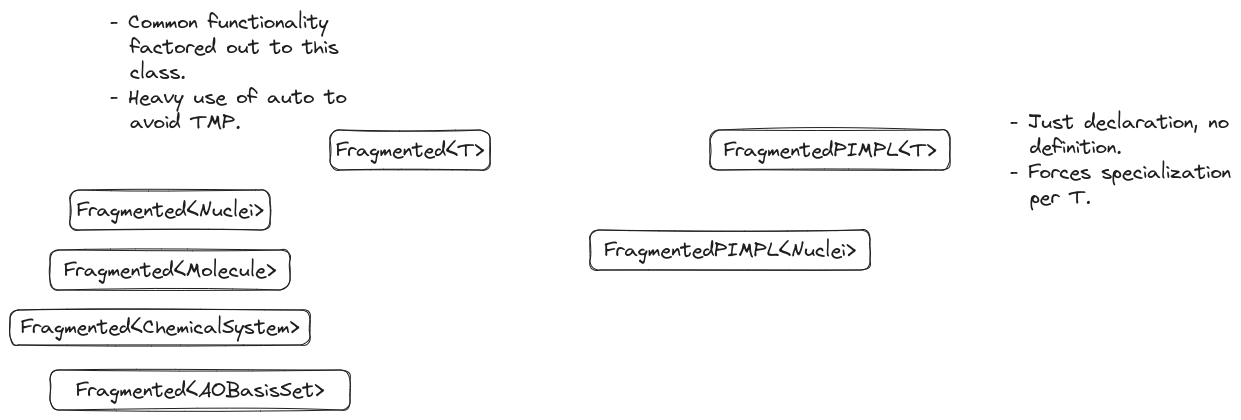
Before: docs/source/developer/design/chemistry/assets/fragmented.png, a diagram exported from Excalidraw (NWChemEx/Chemist). Source tidied: one line per element, renumbered; positions are measured from the earlier drawing's top-left corner, leaving out a move shared by most shapes. The source it was exported from:
```json
{"id": 0, "type": "rectangle", "strokeColor": "#1e1e1e", "strokeWidth": 1, "roughness": 1, "round": true, "x": 320, "y": 120, "width": 160, "height": 40}
{"id": 1, "type": "text", "text": "Fragmented<T>", "strokeColor": "#1e1e1e", "strokeWidth": 1, "roughness": 1, "fontSize": 20, "fontFamily": 1, "textAlign": "center", "verticalAlign": "middle", "inside": 0, "x": 326, "y": 128, "width": 148, "height": 25}
{"id": 2, "type": "rectangle", "strokeColor": "#1e1e1e", "strokeWidth": 1, "roughness": 1, "round": true, "x": 60, "y": 180, "width": 200, "height": 40}
{"id": 3, "type": "text", "text": "Fragmented<Nuclei>", "strokeColor": "#1e1e1e", "strokeWidth": 1, "roughness": 1, "fontSize": 20, "fontFamily": 1, "textAlign": "center", "verticalAlign": "middle", "inside": 2, "x": 67, "y": 188, "width": 187, "height": 25}
{"id": 4, "type": "rectangle", "strokeColor": "#1e1e1e", "strokeWidth": 1, "roughness": 1, "round": true, "x": 580, "y": 220, "width": 280, "height": 40}
{"id": 5, "type": "text", "text": "FragmentedPIMPL<Nuclei>", "strokeColor": "#1e1e1e", "strokeWidth": 1, "roughness": 1, "fontSize": 20, "fontFamily": 1, "textAlign": "center", "verticalAlign": "middle", "inside": 4, "x": 594, "y": 228, "width": 251, "height": 25}
{"id": 6, "type": "text", "text": "- Common functionality\n  factored out to this\n  class.\n- Heavy use of auto to\n  avoid TMP.", "strokeColor": "#1e1e1e", "strokeWidth": 1, "roughness": 1, "fontSize": 20, "fontFamily": 1, "x": 100, "y": 0, "width": 237, "height": 125}
{"id": 7, "type": "rectangle", "strokeColor": "#1e1e1e", "strokeWidth": 1, "roughness": 1, "round": true, "x": 700, "y": 120, "width": 240, "height": 40}
{"id": 8, "type": "text", "text": "FragmentedPIMPL<T>", "strokeColor": "#1e1e1e", "strokeWidth": 1, "roughness": 1, "fontSize": 20, "fontFamily": 1, "textAlign": "center", "verticalAlign": "middle", "inside": 7, "x": 714, "y": 128, "width": 213, "height": 25}
{"id": 9, "type": "text", "text": "- Just declaration, no\n  definition.\n- Forces specialization\n  per T.", "strokeColor": "#1e1e1e", "strokeWidth": 1, "roughness": 1, "fontSize": 20, "fontFamily": 1, "x": 1000, "y": 100, "width": 221, "height": 100}
{"id": 10, "type": "rectangle", "strokeColor": "#1e1e1e", "strokeWidth": 1, "roughness": 1, "round": true, "x": 40, "y": 240, "width": 240, "height": 40}
{"id": 11, "type": "text", "text": "Fragmented<Molecule>", "strokeColor": "#1e1e1e", "strokeWidth": 1, "roughness": 1, "fontSize": 20, "fontFamily": 1, "textAlign": "center", "verticalAlign": "middle", "inside": 10, "x": 54, "y": 248, "width": 212, "height": 25}
{"id": 12, "type": "rectangle", "strokeColor": "#1e1e1e", "strokeWidth": 1, "roughness": 1, "round": true, "x": 0, "y": 300, "width": 300, "height": 35}
{"id": 13, "type": "text", "text": "Fragmented<ChemicalSystem>", "strokeColor": "#1e1e1e", "strokeWidth": 1, "roughness": 1, "fontSize": 20, "fontFamily": 1, "textAlign": "center", "verticalAlign": "middle", "inside": 12, "x": 11, "y": 305, "width": 278, "height": 25}
{"id": 14, "type": "rectangle", "strokeColor": "#1e1e1e", "strokeWidth": 1, "roughness": 1, "round": true, "x": 40, "y": 360, "width": 300, "height": 40}
{"id": 15, "type": "text", "text": "Fragmented<AOBasisSet>", "strokeColor": "#1e1e1e", "strokeWidth": 1, "roughness": 1, "fontSize": 20, "fontFamily": 1, "textAlign": "center", "verticalAlign": "middle", "inside": 14, "x": 66, "y": 368, "width": 248, "height": 25}
```
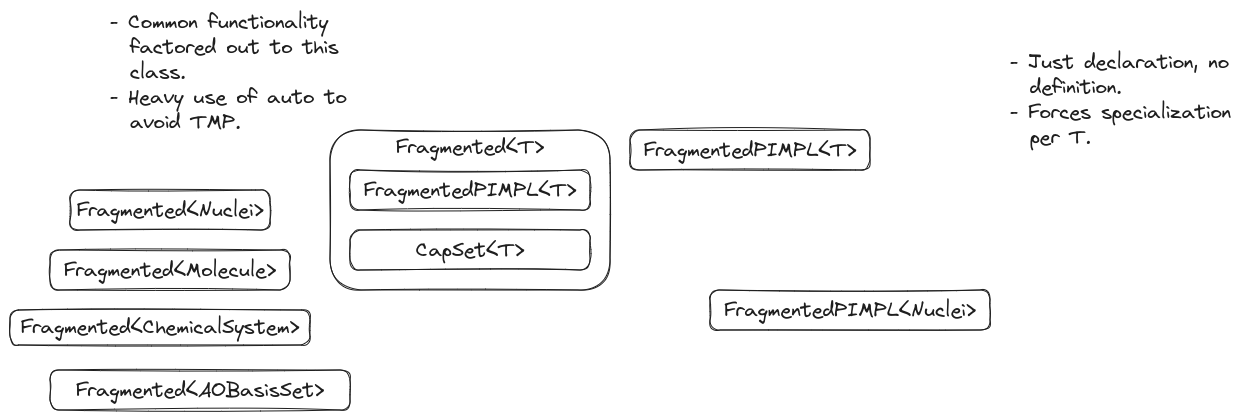
The same diagram one commit later.

The edit, as a diff of the source:
```diff
@@ -1,16 +1,20 @@
-{"id": 0, "type": "rectangle", "strokeColor": "#1e1e1e", "strokeWidth": 1, "roughness": 1, "round": true, "x": 320, "y": 120, "width": 160, "height": 40}
+{"id": 0, "type": "rectangle", "strokeColor": "#1e1e1e", "strokeWidth": 1, "roughness": 1, "round": true, "x": 320, "y": 120, "width": 280, "height": 160}
-{"id": 1, "type": "text", "text": "Fragmented<T>", "strokeColor": "#1e1e1e", "strokeWidth": 1, "roughness": 1, "fontSize": 20, "fontFamily": 1, "textAlign": "center", "verticalAlign": "middle", "inside": 0, "x": 326, "y": 128, "width": 148, "height": 25}
+{"id": 1, "type": "text", "text": "Fragmented<T>", "strokeColor": "#1e1e1e", "strokeWidth": 1, "roughness": 1, "fontSize": 20, "fontFamily": 1, "textAlign": "center", "inside": 0, "x": 386, "y": 125, "width": 148, "height": 25}
 {"id": 2, "type": "rectangle", "strokeColor": "#1e1e1e", "strokeWidth": 1, "roughness": 1, "round": true, "x": 60, "y": 180, "width": 200, "height": 40}
 {"id": 3, "type": "text", "text": "Fragmented<Nuclei>", "strokeColor": "#1e1e1e", "strokeWidth": 1, "roughness": 1, "fontSize": 20, "fontFamily": 1, "textAlign": "center", "verticalAlign": "middle", "inside": 2, "x": 67, "y": 188, "width": 187, "height": 25}
-{"id": 4, "type": "rectangle", "strokeColor": "#1e1e1e", "strokeWidth": 1, "roughness": 1, "round": true, "x": 580, "y": 220, "width": 280, "height": 40}
+{"id": 4, "type": "rectangle", "strokeColor": "#1e1e1e", "strokeWidth": 1, "roughness": 1, "round": true, "x": 700, "y": 280, "width": 280, "height": 40}
-{"id": 5, "type": "text", "text": "FragmentedPIMPL<Nuclei>", "strokeColor": "#1e1e1e", "strokeWidth": 1, "roughness": 1, "fontSize": 20, "fontFamily": 1, "textAlign": "center", "verticalAlign": "middle", "inside": 4, "x": 594, "y": 228, "width": 251, "height": 25}
+{"id": 5, "type": "text", "text": "FragmentedPIMPL<Nuclei>", "strokeColor": "#1e1e1e", "strokeWidth": 1, "roughness": 1, "fontSize": 20, "fontFamily": 1, "textAlign": "center", "verticalAlign": "middle", "inside": 4, "x": 714, "y": 288, "width": 251, "height": 25}
 {"id": 6, "type": "text", "text": "- Common functionality\n  factored out to this\n  class.\n- Heavy use of auto to\n  avoid TMP.", "strokeColor": "#1e1e1e", "strokeWidth": 1, "roughness": 1, "fontSize": 20, "fontFamily": 1, "x": 100, "y": 0, "width": 237, "height": 125}
-{"id": 7, "type": "rectangle", "strokeColor": "#1e1e1e", "strokeWidth": 1, "roughness": 1, "round": true, "x": 700, "y": 120, "width": 240, "height": 40}
+{"id": 7, "type": "rectangle", "strokeColor": "#1e1e1e", "strokeWidth": 1, "roughness": 1, "round": true, "x": 620, "y": 120, "width": 240, "height": 40}
-{"id": 8, "type": "text", "text": "FragmentedPIMPL<T>", "strokeColor": "#1e1e1e", "strokeWidth": 1, "roughness": 1, "fontSize": 20, "fontFamily": 1, "textAlign": "center", "verticalAlign": "middle", "inside": 7, "x": 714, "y": 128, "width": 213, "height": 25}
+{"id": 8, "type": "text", "text": "FragmentedPIMPL<T>", "strokeColor": "#1e1e1e", "strokeWidth": 1, "roughness": 1, "fontSize": 20, "fontFamily": 1, "textAlign": "center", "verticalAlign": "middle", "inside": 7, "x": 634, "y": 128, "width": 213, "height": 25}
-{"id": 9, "type": "text", "text": "- Just declaration, no\n  definition.\n- Forces specialization\n  per T.", "strokeColor": "#1e1e1e", "strokeWidth": 1, "roughness": 1, "fontSize": 20, "fontFamily": 1, "x": 1000, "y": 100, "width": 221, "height": 100}
+{"id": 9, "type": "text", "text": "- Just declaration, no\n  definition.\n- Forces specialization\n  per T.", "strokeColor": "#1e1e1e", "strokeWidth": 1, "roughness": 1, "fontSize": 20, "fontFamily": 1, "x": 1000, "y": 40, "width": 221, "height": 100}
 {"id": 10, "type": "rectangle", "strokeColor": "#1e1e1e", "strokeWidth": 1, "roughness": 1, "round": true, "x": 40, "y": 240, "width": 240, "height": 40}
 {"id": 11, "type": "text", "text": "Fragmented<Molecule>", "strokeColor": "#1e1e1e", "strokeWidth": 1, "roughness": 1, "fontSize": 20, "fontFamily": 1, "textAlign": "center", "verticalAlign": "middle", "inside": 10, "x": 54, "y": 248, "width": 212, "height": 25}
 {"id": 12, "type": "rectangle", "strokeColor": "#1e1e1e", "strokeWidth": 1, "roughness": 1, "round": true, "x": 0, "y": 300, "width": 300, "height": 35}
 {"id": 13, "type": "text", "text": "Fragmented<ChemicalSystem>", "strokeColor": "#1e1e1e", "strokeWidth": 1, "roughness": 1, "fontSize": 20, "fontFamily": 1, "textAlign": "center", "verticalAlign": "middle", "inside": 12, "x": 11, "y": 305, "width": 278, "height": 25}
 {"id": 14, "type": "rectangle", "strokeColor": "#1e1e1e", "strokeWidth": 1, "roughness": 1, "round": true, "x": 40, "y": 360, "width": 300, "height": 40}
 {"id": 15, "type": "text", "text": "Fragmented<AOBasisSet>", "strokeColor": "#1e1e1e", "strokeWidth": 1, "roughness": 1, "fontSize": 20, "fontFamily": 1, "textAlign": "center", "verticalAlign": "middle", "inside": 14, "x": 66, "y": 368, "width": 248, "height": 25}
+{"id": 16, "type": "rectangle", "strokeColor": "#1e1e1e", "strokeWidth": 1, "roughness": 1, "round": true, "x": 340, "y": 160, "width": 240, "height": 40}
+{"id": 17, "type": "text", "text": "FragmentedPIMPL<T>", "strokeColor": "#1e1e1e", "strokeWidth": 1, "roughness": 1, "fontSize": 20, "fontFamily": 1, "textAlign": "center", "verticalAlign": "middle", "inside": 16, "x": 354, "y": 168, "width": 213, "height": 25}
+{"id": 18, "type": "rectangle", "strokeColor": "#1e1e1e", "strokeWidth": 1, "roughness": 1, "round": true, "x": 340, "y": 220, "width": 240, "height": 40}
+{"id": 19, "type": "text", "text": "CapSet<T>", "strokeColor": "#1e1e1e", "strokeWidth": 1, "roughness": 1, "fontSize": 20, "fontFamily": 1, "textAlign": "center", "verticalAlign": "middle", "inside": 18, "x": 406, "y": 228, "width": 108, "height": 25}
```
